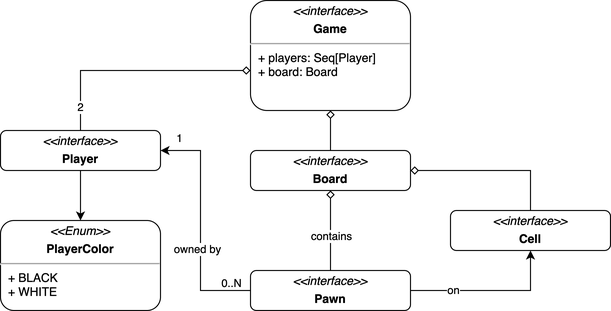
Above: docs/img/02-requirements/domain_uml.png in EnricoLumini/pps-22-schothello (draw.io), before the change. Source tidied: cells renumbered, new cells last; positions are measured from the earlier drawing's top-left corner, leaving out a move shared by most shapes. The source it was exported from:
```xml
<mxGraphModel>
  <root>
    <mxCell id="0" />
    <mxCell id="1" parent="0" />
    <mxCell id="2" style="group;" parent="1" vertex="1">
      <mxGeometry width="610" height="310" as="geometry" />
    </mxCell>
    <mxCell id="3" value="&lt;p style=&quot;margin: 4px 0px 0px; text-align: center;&quot;&gt;&lt;i&gt;&amp;lt;&amp;lt;interface&amp;gt;&amp;gt;&lt;/i&gt;&lt;/p&gt;&lt;p style=&quot;margin: 4px 0px 0px; text-align: center;&quot;&gt;&lt;b style=&quot;&quot;&gt;Game&lt;/b&gt;&lt;/p&gt;&lt;hr&gt;&lt;p style=&quot;margin:0px;margin-left:8px;&quot;&gt;+ players: Seq[Player]&lt;/p&gt;&lt;p style=&quot;margin:0px;margin-left:8px;&quot;&gt;+ board: Board&lt;/p&gt;" style="verticalAlign=top;align=left;overflow=fill;fontSize=12;fontFamily=Helvetica;html=1;whiteSpace=wrap;rounded=1;" parent="2" vertex="1">
      <mxGeometry x="250" width="160" height="110" as="geometry" />
    </mxCell>
    <mxCell id="4" style="edgeStyle=orthogonalEdgeStyle;rounded=0;jettySize=auto;html=1;entryX=0.5;entryY=1;entryDx=0;entryDy=0;endArrow=diamond;endFill=0;" parent="2" edge="1" source="5" target="3">
      <mxGeometry relative="1" as="geometry" />
    </mxCell>
    <mxCell id="5" value="&lt;p style=&quot;margin: 4px 0px 0px; text-align: center;&quot;&gt;&lt;i&gt;&amp;lt;&amp;lt;interface&amp;gt;&amp;gt;&lt;/i&gt;&lt;/p&gt;&lt;p style=&quot;margin: 4px 0px 0px; text-align: center;&quot;&gt;&lt;b&gt;Board&lt;/b&gt;&lt;/p&gt;" style="verticalAlign=top;align=left;overflow=fill;fontSize=12;fontFamily=Helvetica;html=1;whiteSpace=wrap;rounded=1;" parent="2" vertex="1">
      <mxGeometry x="250" y="150" width="160" height="40" as="geometry" />
    </mxCell>
    <mxCell id="6" style="edgeStyle=orthogonalEdgeStyle;rounded=0;jettySize=auto;html=1;endArrow=diamond;endFill=0;exitX=0.5;exitY=0;exitDx=0;exitDy=0;" parent="2" edge="1" source="8">
      <mxGeometry relative="1" as="geometry">
        <mxPoint x="250" y="70" as="targetPoint" />
        <Array as="points">
          <mxPoint x="80" y="70" />
        </Array>
      </mxGeometry>
    </mxCell>
    <mxCell id="7" value="2" style="edgeLabel;html=1;align=center;verticalAlign=middle;" parent="6" vertex="1">
      <mxGeometry x="-0.84" y="1" relative="1" as="geometry">
        <mxPoint y="-6" as="offset" />
      </mxGeometry>
    </mxCell>
    <mxCell id="8" value="&lt;p style=&quot;margin: 4px 0px 0px; text-align: center;&quot;&gt;&lt;i&gt;&amp;lt;&amp;lt;interface&amp;gt;&amp;gt;&lt;/i&gt;&lt;/p&gt;&lt;p style=&quot;margin: 4px 0px 0px; text-align: center;&quot;&gt;&lt;b&gt;Player&lt;/b&gt;&lt;/p&gt;" style="verticalAlign=top;align=left;overflow=fill;fontSize=12;fontFamily=Helvetica;html=1;whiteSpace=wrap;rounded=1;" parent="2" vertex="1">
      <mxGeometry y="130" width="160" height="40" as="geometry" />
    </mxCell>
    <mxCell id="9" style="edgeStyle=orthogonalEdgeStyle;rounded=0;jettySize=auto;html=1;entryX=1;entryY=0.5;entryDx=0;entryDy=0;endArrow=diamond;endFill=0;" parent="2" edge="1" source="10" target="5">
      <mxGeometry relative="1" as="geometry">
        <Array as="points">
          <mxPoint x="530" y="170" />
        </Array>
      </mxGeometry>
    </mxCell>
    <mxCell id="10" value="&lt;p style=&quot;margin: 4px 0px 0px; text-align: center;&quot;&gt;&lt;i&gt;&amp;lt;&amp;lt;interface&amp;gt;&amp;gt;&lt;/i&gt;&lt;/p&gt;&lt;p style=&quot;margin: 4px 0px 0px; text-align: center;&quot;&gt;&lt;b&gt;Cell&lt;/b&gt;&lt;/p&gt;" style="verticalAlign=top;align=left;overflow=fill;fontSize=12;fontFamily=Helvetica;html=1;whiteSpace=wrap;rounded=1;" parent="2" vertex="1">
      <mxGeometry x="450" y="210" width="160" height="40" as="geometry" />
    </mxCell>
    <mxCell id="11" style="edgeStyle=orthogonalEdgeStyle;rounded=0;jettySize=auto;html=1;entryX=0.5;entryY=1;entryDx=0;entryDy=0;endArrow=diamond;endFill=0;" parent="2" edge="1" source="19" target="5">
      <mxGeometry relative="1" as="geometry" />
    </mxCell>
    <mxCell id="12" value="contains" style="edgeLabel;html=1;align=center;verticalAlign=middle;" parent="11" vertex="1">
      <mxGeometry x="-0.12" y="-1" relative="1" as="geometry">
        <mxPoint x="-1" as="offset" />
      </mxGeometry>
    </mxCell>
    <mxCell id="13" style="edgeStyle=orthogonalEdgeStyle;rounded=0;jettySize=auto;html=1;entryX=0.5;entryY=1;entryDx=0;entryDy=0;" parent="2" edge="1" source="19" target="10">
      <mxGeometry relative="1" as="geometry" />
    </mxCell>
    <mxCell id="14" value="on" style="edgeLabel;html=1;align=center;verticalAlign=middle;" parent="13" vertex="1">
      <mxGeometry x="-0.47" y="-2" relative="1" as="geometry">
        <mxPoint y="-3" as="offset" />
      </mxGeometry>
    </mxCell>
    <mxCell id="15" style="edgeStyle=orthogonalEdgeStyle;rounded=0;jettySize=auto;html=1;entryX=1;entryY=0.5;entryDx=0;entryDy=0;" parent="2" edge="1" source="19" target="8">
      <mxGeometry relative="1" as="geometry">
        <Array as="points">
          <mxPoint x="200" y="290" />
          <mxPoint x="200" y="150" />
        </Array>
      </mxGeometry>
    </mxCell>
    <mxCell id="16" value="owned by" style="edgeLabel;html=1;align=center;verticalAlign=middle;" parent="15" vertex="1">
      <mxGeometry x="-0.2" y="-3" relative="1" as="geometry">
        <mxPoint x="-7" as="offset" />
      </mxGeometry>
    </mxCell>
    <mxCell id="17" value="0..N" style="edgeLabel;html=1;align=center;verticalAlign=middle;" parent="15" vertex="1">
      <mxGeometry x="-0.82" y="1" relative="1" as="geometry">
        <mxPoint y="-9" as="offset" />
      </mxGeometry>
    </mxCell>
    <mxCell id="18" value="1" style="edgeLabel;html=1;align=center;verticalAlign=middle;" parent="15" vertex="1">
      <mxGeometry x="0.85" y="-1" relative="1" as="geometry">
        <mxPoint y="-12" as="offset" />
      </mxGeometry>
    </mxCell>
    <mxCell id="19" value="&lt;p style=&quot;margin: 4px 0px 0px; text-align: center;&quot;&gt;&lt;i&gt;&amp;lt;&amp;lt;interface&amp;gt;&amp;gt;&lt;/i&gt;&lt;/p&gt;&lt;p style=&quot;margin: 4px 0px 0px; text-align: center;&quot;&gt;&lt;b&gt;Pawn&lt;/b&gt;&lt;/p&gt;" style="verticalAlign=top;align=left;overflow=fill;fontSize=12;fontFamily=Helvetica;html=1;whiteSpace=wrap;rounded=1;" parent="2" vertex="1">
      <mxGeometry x="250" y="270" width="160" height="40" as="geometry" />
    </mxCell>
    <mxCell id="20" value="&lt;p style=&quot;margin: 4px 0px 0px; text-align: center;&quot;&gt;&lt;i&gt;&amp;lt;&amp;lt;Enum&amp;gt;&amp;gt;&lt;/i&gt;&lt;/p&gt;&lt;p style=&quot;margin: 4px 0px 0px; text-align: center;&quot;&gt;&lt;b style=&quot;&quot;&gt;PlayerColor&lt;/b&gt;&lt;/p&gt;&lt;hr&gt;&lt;p style=&quot;margin:0px;margin-left:8px;&quot;&gt;+ BLACK&lt;/p&gt;&lt;p style=&quot;margin:0px;margin-left:8px;&quot;&gt;+ WHITE&lt;/p&gt;" style="verticalAlign=top;align=left;overflow=fill;fontSize=12;fontFamily=Helvetica;html=1;whiteSpace=wrap;rounded=1;" parent="2" vertex="1">
      <mxGeometry y="220" width="160" height="90" as="geometry" />
    </mxCell>
    <mxCell id="21" style="edgeStyle=orthogonalEdgeStyle;rounded=0;jettySize=auto;html=1;" parent="2" edge="1" source="8" target="20">
      <mxGeometry relative="1" as="geometry" />
    </mxCell>
  </root>
</mxGraphModel>
```
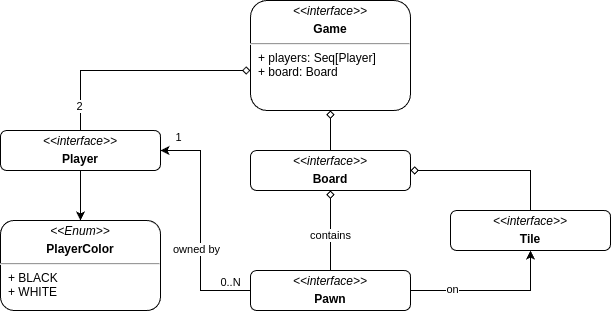
After the commit.

Commit message:
Change uml schema Cell -> Tile

Diff of the diagram source:
```diff
@@ -14,15 +14,15 @@
     <mxCell id="5" value="&lt;p style=&quot;margin: 4px 0px 0px; text-align: center;&quot;&gt;&lt;i&gt;&amp;lt;&amp;lt;interface&amp;gt;&amp;gt;&lt;/i&gt;&lt;/p&gt;&lt;p style=&quot;margin: 4px 0px 0px; text-align: center;&quot;&gt;&lt;b&gt;Board&lt;/b&gt;&lt;/p&gt;" style="verticalAlign=top;align=left;overflow=fill;fontSize=12;fontFamily=Helvetica;html=1;whiteSpace=wrap;rounded=1;" parent="2" vertex="1">
       <mxGeometry x="250" y="150" width="160" height="40" as="geometry" />
     </mxCell>
-    <mxCell id="6" style="edgeStyle=orthogonalEdgeStyle;rounded=0;jettySize=auto;html=1;endArrow=diamond;endFill=0;exitX=0.5;exitY=0;exitDx=0;exitDy=0;" parent="2" edge="1" source="8">
-      <mxGeometry relative="1" as="geometry">
-        <mxPoint x="250" y="70" as="targetPoint" />
-        <Array as="points">
-          <mxPoint x="80" y="70" />
-        </Array>
-      </mxGeometry>
-    </mxCell>
+    <mxCell id="22" style="edgeStyle=orthogonalEdgeStyle;rounded=0;jettySize=auto;html=1;endArrow=diamond;endFill=0;exitX=0.5;exitY=0;exitDx=0;exitDy=0;" parent="2" edge="1" source="8">
+      <mxGeometry relative="1" as="geometry">
+        <mxPoint x="250" y="70" as="targetPoint" />
+        <Array as="points">
+          <mxPoint x="80" y="70" />
+        </Array>
+      </mxGeometry>
+    </mxCell>
-    <mxCell id="7" value="2" style="edgeLabel;html=1;align=center;verticalAlign=middle;" parent="6" vertex="1">
+    <mxCell id="7" value="2" style="edgeLabel;html=1;align=center;verticalAlign=middle;" parent="22" vertex="1">
       <mxGeometry x="-0.84" y="1" relative="1" as="geometry">
         <mxPoint y="-6" as="offset" />
       </mxGeometry>
@@ -30,16 +30,16 @@
     <mxCell id="8" value="&lt;p style=&quot;margin: 4px 0px 0px; text-align: center;&quot;&gt;&lt;i&gt;&amp;lt;&amp;lt;interface&amp;gt;&amp;gt;&lt;/i&gt;&lt;/p&gt;&lt;p style=&quot;margin: 4px 0px 0px; text-align: center;&quot;&gt;&lt;b&gt;Player&lt;/b&gt;&lt;/p&gt;" style="verticalAlign=top;align=left;overflow=fill;fontSize=12;fontFamily=Helvetica;html=1;whiteSpace=wrap;rounded=1;" parent="2" vertex="1">
       <mxGeometry y="130" width="160" height="40" as="geometry" />
     </mxCell>
-    <mxCell id="9" style="edgeStyle=orthogonalEdgeStyle;rounded=0;jettySize=auto;html=1;entryX=1;entryY=0.5;entryDx=0;entryDy=0;endArrow=diamond;endFill=0;" parent="2" edge="1" source="10" target="5">
-      <mxGeometry relative="1" as="geometry">
-        <Array as="points">
-          <mxPoint x="530" y="170" />
-        </Array>
-      </mxGeometry>
-    </mxCell>
-    <mxCell id="10" value="&lt;p style=&quot;margin: 4px 0px 0px; text-align: center;&quot;&gt;&lt;i&gt;&amp;lt;&amp;lt;interface&amp;gt;&amp;gt;&lt;/i&gt;&lt;/p&gt;&lt;p style=&quot;margin: 4px 0px 0px; text-align: center;&quot;&gt;&lt;b&gt;Cell&lt;/b&gt;&lt;/p&gt;" style="verticalAlign=top;align=left;overflow=fill;fontSize=12;fontFamily=Helvetica;html=1;whiteSpace=wrap;rounded=1;" parent="2" vertex="1">
-      <mxGeometry x="450" y="210" width="160" height="40" as="geometry" />
-    </mxCell>
+    <mxCell id="23" style="edgeStyle=orthogonalEdgeStyle;rounded=0;jettySize=auto;html=1;entryX=1;entryY=0.5;entryDx=0;entryDy=0;endArrow=diamond;endFill=0;" parent="2" edge="1" source="24" target="5">
+      <mxGeometry relative="1" as="geometry">
+        <Array as="points">
+          <mxPoint x="530" y="170" />
+        </Array>
+      </mxGeometry>
+    </mxCell>
+    <mxCell id="24" value="&lt;p style=&quot;margin: 4px 0px 0px; text-align: center;&quot;&gt;&lt;i&gt;&amp;lt;&amp;lt;interface&amp;gt;&amp;gt;&lt;/i&gt;&lt;/p&gt;&lt;p style=&quot;margin: 4px 0px 0px; text-align: center;&quot;&gt;&lt;b&gt;Tile&lt;/b&gt;&lt;/p&gt;" style="verticalAlign=top;align=left;overflow=fill;fontSize=12;fontFamily=Helvetica;html=1;whiteSpace=wrap;rounded=1;" parent="2" vertex="1">
+      <mxGeometry x="450" y="210" width="160" height="40" as="geometry" />
+    </mxCell>
     <mxCell id="11" style="edgeStyle=orthogonalEdgeStyle;rounded=0;jettySize=auto;html=1;entryX=0.5;entryY=1;entryDx=0;entryDy=0;endArrow=diamond;endFill=0;" parent="2" edge="1" source="19" target="5">
       <mxGeometry relative="1" as="geometry" />
     </mxCell>
@@ -48,10 +48,10 @@
         <mxPoint x="-1" as="offset" />
       </mxGeometry>
     </mxCell>
-    <mxCell id="13" style="edgeStyle=orthogonalEdgeStyle;rounded=0;jettySize=auto;html=1;entryX=0.5;entryY=1;entryDx=0;entryDy=0;" parent="2" edge="1" source="19" target="10">
-      <mxGeometry relative="1" as="geometry" />
-    </mxCell>
+    <mxCell id="25" style="edgeStyle=orthogonalEdgeStyle;rounded=0;jettySize=auto;html=1;entryX=0.5;entryY=1;entryDx=0;entryDy=0;" parent="2" edge="1" source="19" target="24">
+      <mxGeometry relative="1" as="geometry" />
+    </mxCell>
-    <mxCell id="14" value="on" style="edgeLabel;html=1;align=center;verticalAlign=middle;" parent="13" vertex="1">
+    <mxCell id="14" value="on" style="edgeLabel;html=1;align=center;verticalAlign=middle;" parent="25" vertex="1">
       <mxGeometry x="-0.47" y="-2" relative="1" as="geometry">
         <mxPoint y="-3" as="offset" />
       </mxGeometry>
```
